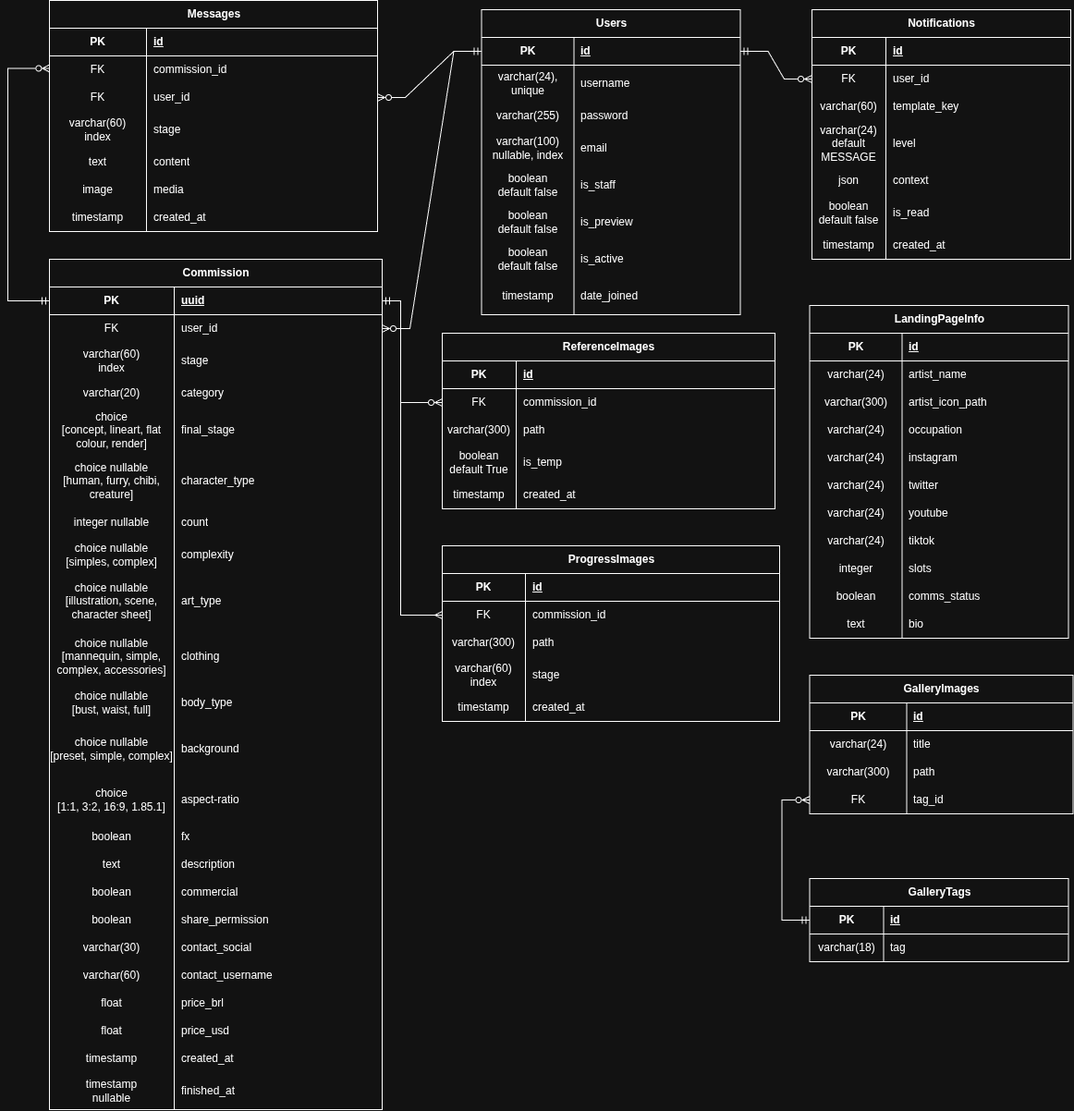
The draw.io diagram docs/diagramas/OAtelierER.png in nemesis-noctis/o-atelier, before a commit. Source tidied: cells renumbered, new cells last; positions are measured from the earlier drawing's top-left corner, leaving out a move shared by most shapes.
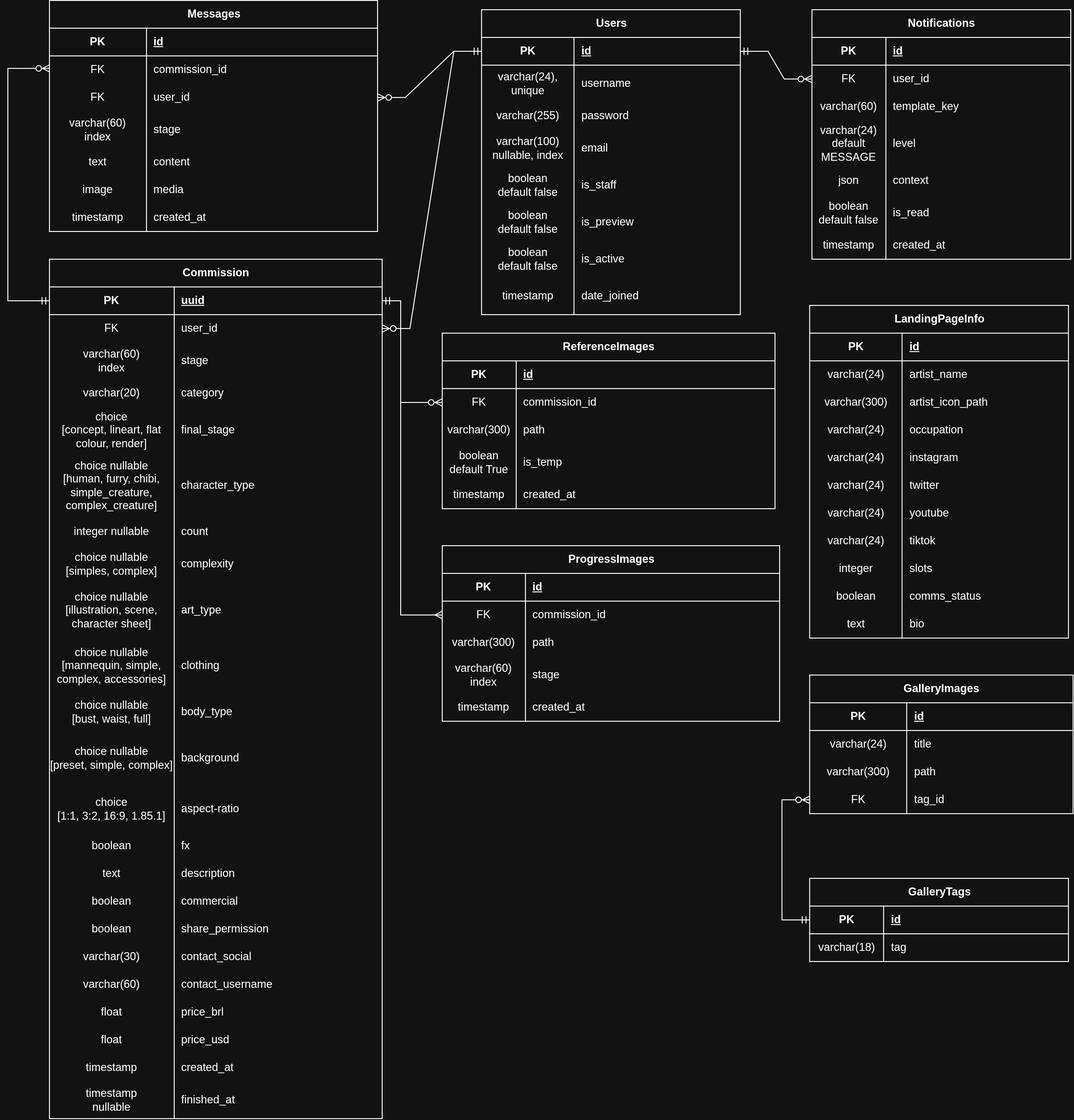
Above is the later version.

Change to the diagram source:
```diff
@@ -248,7 +248,7 @@
       </mxGeometry>
     </mxCell>
     <mxCell id="82" value="Commission" style="shape=table;startSize=30;rowLines=0;fontStyle=1;align=center;html=1;" parent="1" vertex="1">
-      <mxGeometry x="45" y="280" width="360" height="920" as="geometry" />
+      <mxGeometry x="45" y="280" width="360" height="930" as="geometry" />
     </mxCell>
     <mxCell id="83" style="shape=tableRow;horizontal=0;startSize=0;swimlaneHead=0;swimlaneBody=0;fillColor=none;points=[[0,0.5],[1,0.5]];portConstraint=eastwest;top=0;left=0;right=0;bottom=1;" parent="82" vertex="1">
       <mxGeometry y="30" width="360" height="30" as="geometry" />
@@ -296,16 +296,16 @@
       <mxGeometry x="135" width="225" height="50" as="geometry" />
     </mxCell>
     <mxCell id="98" style="shape=tableRow;horizontal=0;startSize=0;swimlaneHead=0;swimlaneBody=0;fillColor=none;top=0;left=0;right=0;bottom=0;" parent="82" vertex="1">
-      <mxGeometry y="210" width="360" height="60" as="geometry" />
+      <mxGeometry y="210" width="360" height="70" as="geometry" />
     </mxCell>
-    <mxCell id="99" value="choice nullable&lt;br&gt;[human, furry, chibi, creature]" style="shape=partialRectangle;fillColor=none;top=0;left=0;bottom=0;right=0;overflow=hidden;whiteSpace=wrap;html=1;" parent="98" vertex="1">
-      <mxGeometry width="135" height="60" as="geometry" />
+    <mxCell id="99" value="choice nullable&lt;br&gt;[human, furry, chibi, simple_creature, complex_creature]" style="shape=partialRectangle;fillColor=none;top=0;left=0;bottom=0;right=0;overflow=hidden;whiteSpace=wrap;html=1;" parent="98" vertex="1">
+      <mxGeometry width="135" height="70" as="geometry" />
     </mxCell>
     <mxCell id="100" value="character_type" style="shape=partialRectangle;fillColor=none;top=0;left=0;bottom=0;right=0;align=left;spacingLeft=6;overflow=hidden;whiteSpace=wrap;html=1;" parent="98" vertex="1">
-      <mxGeometry x="135" width="225" height="60" as="geometry" />
+      <mxGeometry x="135" width="225" height="70" as="geometry" />
     </mxCell>
     <mxCell id="101" style="shape=tableRow;horizontal=0;startSize=0;swimlaneHead=0;swimlaneBody=0;fillColor=none;top=0;left=0;right=0;bottom=0;" parent="82" vertex="1">
-      <mxGeometry y="270" width="360" height="30" as="geometry" />
+      <mxGeometry y="280" width="360" height="30" as="geometry" />
     </mxCell>
     <mxCell id="102" value="integer nullable" style="shape=partialRectangle;fillColor=none;top=0;left=0;bottom=0;right=0;overflow=hidden;whiteSpace=wrap;html=1;" parent="101" vertex="1">
       <mxGeometry width="135" height="30" as="geometry" />
@@ -314,7 +314,7 @@
       <mxGeometry x="135" width="225" height="30" as="geometry" />
     </mxCell>
     <mxCell id="104" style="shape=tableRow;horizontal=0;startSize=0;swimlaneHead=0;swimlaneBody=0;fillColor=none;top=0;left=0;right=0;bottom=0;" parent="82" vertex="1">
-      <mxGeometry y="300" width="360" height="40" as="geometry" />
+      <mxGeometry y="310" width="360" height="40" as="geometry" />
     </mxCell>
     <mxCell id="105" value="choice nullable&lt;br&gt;[simples, complex]" style="shape=partialRectangle;fillColor=none;top=0;left=0;bottom=0;right=0;overflow=hidden;whiteSpace=wrap;html=1;" parent="104" vertex="1">
       <mxGeometry width="135" height="40" as="geometry" />
@@ -323,7 +323,7 @@
       <mxGeometry x="135" width="225" height="40" as="geometry" />
     </mxCell>
     <mxCell id="107" style="shape=tableRow;horizontal=0;startSize=0;swimlaneHead=0;swimlaneBody=0;fillColor=none;top=0;left=0;right=0;bottom=0;" parent="82" vertex="1">
-      <mxGeometry y="340" width="360" height="60" as="geometry" />
+      <mxGeometry y="350" width="360" height="60" as="geometry" />
     </mxCell>
     <mxCell id="108" value="choice nullable&lt;br&gt;[illustration, scene, character sheet]" style="shape=partialRectangle;fillColor=none;top=0;left=0;bottom=0;right=0;overflow=hidden;whiteSpace=wrap;html=1;" parent="107" vertex="1">
       <mxGeometry width="135" height="60" as="geometry" />
@@ -332,7 +332,7 @@
       <mxGeometry x="135" width="225" height="60" as="geometry" />
     </mxCell>
     <mxCell id="110" style="shape=tableRow;horizontal=0;startSize=0;swimlaneHead=0;swimlaneBody=0;fillColor=none;top=0;left=0;right=0;bottom=0;" parent="82" vertex="1">
-      <mxGeometry y="400" width="360" height="60" as="geometry" />
+      <mxGeometry y="410" width="360" height="60" as="geometry" />
     </mxCell>
     <mxCell id="111" value="choice nullable&lt;br&gt;[mannequin, simple, complex, accessories]" style="shape=partialRectangle;fillColor=none;top=0;left=0;bottom=0;right=0;overflow=hidden;whiteSpace=wrap;html=1;" parent="110" vertex="1">
       <mxGeometry width="135" height="60" as="geometry" />
@@ -341,7 +341,7 @@
       <mxGeometry x="135" width="225" height="60" as="geometry" />
     </mxCell>
     <mxCell id="113" style="shape=tableRow;horizontal=0;startSize=0;swimlaneHead=0;swimlaneBody=0;fillColor=none;top=0;left=0;right=0;bottom=0;" parent="82" vertex="1">
-      <mxGeometry y="460" width="360" height="40" as="geometry" />
+      <mxGeometry y="470" width="360" height="40" as="geometry" />
     </mxCell>
     <mxCell id="114" value="choice nullable&lt;br&gt;[bust, waist, full]" style="shape=partialRectangle;fillColor=none;top=0;left=0;bottom=0;right=0;overflow=hidden;whiteSpace=wrap;html=1;" parent="113" vertex="1">
       <mxGeometry width="135" height="40" as="geometry" />
@@ -350,7 +350,7 @@
       <mxGeometry x="135" width="225" height="40" as="geometry" />
     </mxCell>
     <mxCell id="116" style="shape=tableRow;horizontal=0;startSize=0;swimlaneHead=0;swimlaneBody=0;fillColor=none;top=0;left=0;right=0;bottom=0;" parent="82" vertex="1">
-      <mxGeometry y="500" width="360" height="60" as="geometry" />
+      <mxGeometry y="510" width="360" height="60" as="geometry" />
     </mxCell>
     <mxCell id="117" value="choice nullable&lt;br&gt;[preset, simple, complex]" style="shape=partialRectangle;fillColor=none;top=0;left=0;bottom=0;right=0;overflow=hidden;whiteSpace=wrap;html=1;" parent="116" vertex="1">
       <mxGeometry width="135" height="60" as="geometry" />
@@ -359,7 +359,7 @@
       <mxGeometry x="135" width="225" height="60" as="geometry" />
     </mxCell>
     <mxCell id="119" style="shape=tableRow;horizontal=0;startSize=0;swimlaneHead=0;swimlaneBody=0;fillColor=none;top=0;left=0;right=0;bottom=0;" parent="82" vertex="1">
-      <mxGeometry y="560" width="360" height="50" as="geometry" />
+      <mxGeometry y="570" width="360" height="50" as="geometry" />
     </mxCell>
     <mxCell id="120" value="choice&lt;br&gt;[1:1, 3:2, 16:9, 1.85.1]" style="shape=partialRectangle;fillColor=none;top=0;left=0;bottom=0;right=0;overflow=hidden;whiteSpace=wrap;html=1;" parent="119" vertex="1">
       <mxGeometry width="135" height="50" as="geometry" />
@@ -368,7 +368,7 @@
       <mxGeometry x="135" width="225" height="50" as="geometry" />
     </mxCell>
     <mxCell id="122" style="shape=tableRow;horizontal=0;startSize=0;swimlaneHead=0;swimlaneBody=0;fillColor=none;top=0;left=0;right=0;bottom=0;" parent="82" vertex="1">
-      <mxGeometry y="610" width="360" height="30" as="geometry" />
+      <mxGeometry y="620" width="360" height="30" as="geometry" />
     </mxCell>
     <mxCell id="123" value="boolean" style="shape=partialRectangle;fillColor=none;top=0;left=0;bottom=0;right=0;overflow=hidden;whiteSpace=wrap;html=1;" parent="122" vertex="1">
       <mxGeometry width="135" height="30" as="geometry" />
@@ -377,7 +377,7 @@
       <mxGeometry x="135" width="225" height="30" as="geometry" />
     </mxCell>
     <mxCell id="125" style="shape=tableRow;horizontal=0;startSize=0;swimlaneHead=0;swimlaneBody=0;fillColor=none;top=0;left=0;right=0;bottom=0;" parent="82" vertex="1">
-      <mxGeometry y="640" width="360" height="30" as="geometry" />
+      <mxGeometry y="650" width="360" height="30" as="geometry" />
     </mxCell>
     <mxCell id="126" value="text" style="shape=partialRectangle;fillColor=none;top=0;left=0;bottom=0;right=0;overflow=hidden;whiteSpace=wrap;html=1;" parent="125" vertex="1">
       <mxGeometry width="135" height="30" as="geometry" />
@@ -386,7 +386,7 @@
       <mxGeometry x="135" width="225" height="30" as="geometry" />
     </mxCell>
     <mxCell id="128" style="shape=tableRow;horizontal=0;startSize=0;swimlaneHead=0;swimlaneBody=0;fillColor=none;top=0;left=0;right=0;bottom=0;" parent="82" vertex="1">
-      <mxGeometry y="670" width="360" height="30" as="geometry" />
+      <mxGeometry y="680" width="360" height="30" as="geometry" />
     </mxCell>
     <mxCell id="129" value="boolean" style="shape=partialRectangle;fillColor=none;top=0;left=0;bottom=0;right=0;overflow=hidden;whiteSpace=wrap;html=1;" parent="128" vertex="1">
       <mxGeometry width="135" height="30" as="geometry" />
@@ -395,7 +395,7 @@
       <mxGeometry x="135" width="225" height="30" as="geometry" />
     </mxCell>
     <mxCell id="131" style="shape=tableRow;horizontal=0;startSize=0;swimlaneHead=0;swimlaneBody=0;fillColor=none;top=0;left=0;right=0;bottom=0;" parent="82" vertex="1">
-      <mxGeometry y="700" width="360" height="30" as="geometry" />
+      <mxGeometry y="710" width="360" height="30" as="geometry" />
     </mxCell>
     <mxCell id="132" value="boolean" style="shape=partialRectangle;fillColor=none;top=0;left=0;bottom=0;right=0;overflow=hidden;whiteSpace=wrap;html=1;" parent="131" vertex="1">
       <mxGeometry width="135" height="30" as="geometry" />
@@ -404,7 +404,7 @@
       <mxGeometry x="135" width="225" height="30" as="geometry" />
     </mxCell>
     <mxCell id="134" style="shape=tableRow;horizontal=0;startSize=0;swimlaneHead=0;swimlaneBody=0;fillColor=none;top=0;left=0;right=0;bottom=0;" parent="82" vertex="1">
-      <mxGeometry y="730" width="360" height="30" as="geometry" />
+      <mxGeometry y="740" width="360" height="30" as="geometry" />
     </mxCell>
     <mxCell id="135" value="varchar(30)" style="shape=partialRectangle;fillColor=none;top=0;left=0;bottom=0;right=0;overflow=hidden;whiteSpace=wrap;html=1;" parent="134" vertex="1">
       <mxGeometry width="135" height="30" as="geometry" />
@@ -413,7 +413,7 @@
       <mxGeometry x="135" width="225" height="30" as="geometry" />
     </mxCell>
     <mxCell id="137" style="shape=tableRow;horizontal=0;startSize=0;swimlaneHead=0;swimlaneBody=0;fillColor=none;top=0;left=0;right=0;bottom=0;" parent="82" vertex="1">
-      <mxGeometry y="760" width="360" height="30" as="geometry" />
+      <mxGeometry y="770" width="360" height="30" as="geometry" />
     </mxCell>
     <mxCell id="138" value="varchar(60)" style="shape=partialRectangle;fillColor=none;top=0;left=0;bottom=0;right=0;overflow=hidden;whiteSpace=wrap;html=1;" parent="137" vertex="1">
       <mxGeometry width="135" height="30" as="geometry" />
@@ -422,7 +422,7 @@
       <mxGeometry x="135" width="225" height="30" as="geometry" />
     </mxCell>
     <mxCell id="140" style="shape=tableRow;horizontal=0;startSize=0;swimlaneHead=0;swimlaneBody=0;fillColor=none;top=0;left=0;right=0;bottom=0;" parent="82" vertex="1">
-      <mxGeometry y="790" width="360" height="30" as="geometry" />
+      <mxGeometry y="800" width="360" height="30" as="geometry" />
     </mxCell>
     <mxCell id="141" value="float" style="shape=partialRectangle;fillColor=none;top=0;left=0;bottom=0;right=0;overflow=hidden;whiteSpace=wrap;html=1;" parent="140" vertex="1">
       <mxGeometry width="135" height="30" as="geometry" />
@@ -431,7 +431,7 @@
       <mxGeometry x="135" width="225" height="30" as="geometry" />
     </mxCell>
     <mxCell id="143" style="shape=tableRow;horizontal=0;startSize=0;swimlaneHead=0;swimlaneBody=0;fillColor=none;top=0;left=0;right=0;bottom=0;" parent="82" vertex="1">
-      <mxGeometry y="820" width="360" height="30" as="geometry" />
+      <mxGeometry y="830" width="360" height="30" as="geometry" />
     </mxCell>
     <mxCell id="144" value="float" style="shape=partialRectangle;fillColor=none;top=0;left=0;bottom=0;right=0;overflow=hidden;whiteSpace=wrap;html=1;" parent="143" vertex="1">
       <mxGeometry width="135" height="30" as="geometry" />
@@ -440,7 +440,7 @@
       <mxGeometry x="135" width="225" height="30" as="geometry" />
     </mxCell>
     <mxCell id="146" style="shape=tableRow;horizontal=0;startSize=0;swimlaneHead=0;swimlaneBody=0;fillColor=none;top=0;left=0;right=0;bottom=0;" parent="82" vertex="1">
-      <mxGeometry y="850" width="360" height="30" as="geometry" />
+      <mxGeometry y="860" width="360" height="30" as="geometry" />
     </mxCell>
     <mxCell id="147" value="timestamp" style="shape=partialRectangle;fillColor=none;top=0;left=0;bottom=0;right=0;overflow=hidden;whiteSpace=wrap;html=1;" parent="146" vertex="1">
       <mxGeometry width="135" height="30" as="geometry" />
@@ -449,7 +449,7 @@
       <mxGeometry x="135" width="225" height="30" as="geometry" />
     </mxCell>
     <mxCell id="149" style="shape=tableRow;horizontal=0;startSize=0;swimlaneHead=0;swimlaneBody=0;fillColor=none;top=0;left=0;right=0;bottom=0;" parent="82" vertex="1">
-      <mxGeometry y="880" width="360" height="40" as="geometry" />
+      <mxGeometry y="890" width="360" height="40" as="geometry" />
     </mxCell>
     <mxCell id="150" value="timestamp&lt;br&gt;nullable" style="shape=partialRectangle;fillColor=none;top=0;left=0;bottom=0;right=0;overflow=hidden;whiteSpace=wrap;html=1;" parent="149" vertex="1">
       <mxGeometry width="135" height="40" as="geometry" />
```
